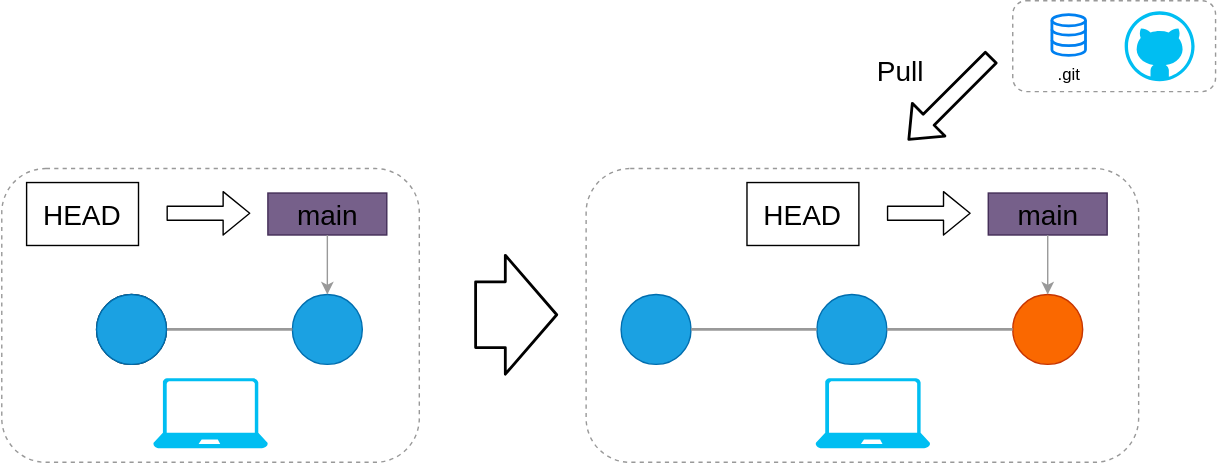
Before: public/drawio/wf_pull.svg, a diagram exported from draw.io (kazuyanagimoto/github-workshop2022). Source tidied: cells renumbered, new cells last; positions are measured from the earlier drawing's top-left corner, leaving out a move shared by most shapes. Its diagram source:
```xml
<mxGraphModel>
  <root>
    <mxCell id="0" />
    <mxCell id="1" parent="0" />
    <mxCell id="2" style="ellipse;whiteSpace=wrap;html=1;fillColor=#1ba1e2;fontColor=#000000;strokeColor=#006EAF;" parent="1" vertex="1">
      <mxGeometry x="443" y="210" width="50" height="50" as="geometry" />
    </mxCell>
    <mxCell id="3" style="ellipse;whiteSpace=wrap;html=1;fillColor=#1ba1e2;fontColor=#000000;strokeColor=#006EAF;" parent="1" vertex="1">
      <mxGeometry x="583" y="210" width="50" height="50" as="geometry" />
    </mxCell>
    <mxCell id="4" style="ellipse;whiteSpace=wrap;html=1;fontColor=#000000;strokeColor=#C73500;fillColor=#fa6800;" parent="1" vertex="1">
      <mxGeometry x="723" y="210" width="50" height="50" as="geometry" />
    </mxCell>
    <mxCell id="5" style="endArrow=none;html=1;entryX=0;entryY=0.5;entryDx=0;entryDy=0;exitX=1;exitY=0.5;exitDx=0;exitDy=0;strokeColor=#999999;strokeWidth=2;" parent="1" edge="1" source="2" target="3">
      <mxGeometry relative="1" as="geometry" />
    </mxCell>
    <mxCell id="6" style="endArrow=none;html=1;entryX=0;entryY=0.5;entryDx=0;entryDy=0;exitX=1;exitY=0.5;exitDx=0;exitDy=0;strokeColor=#999999;strokeWidth=2;" parent="1" edge="1" source="3" target="4">
      <mxGeometry relative="1" as="geometry" />
    </mxCell>
    <mxCell id="7" style="ellipse;whiteSpace=wrap;html=1;fillColor=#647687;fontColor=#000000;strokeColor=#000000;" parent="1" vertex="1">
      <mxGeometry x="68" y="210" width="50" height="50" as="geometry" />
    </mxCell>
    <mxCell id="8" style="ellipse;whiteSpace=wrap;html=1;fillColor=#1ba1e2;fontColor=#000000;strokeColor=#006EAF;" parent="1" vertex="1">
      <mxGeometry x="208" y="210" width="50" height="50" as="geometry" />
    </mxCell>
    <mxCell id="9" style="endArrow=none;html=1;entryX=0;entryY=0.5;entryDx=0;entryDy=0;exitX=1;exitY=0.5;exitDx=0;exitDy=0;strokeColor=#999999;strokeWidth=2;" parent="1" edge="1" source="7" target="8">
      <mxGeometry relative="1" as="geometry" />
    </mxCell>
    <mxCell id="10" value="HEAD" style="rounded=0;whiteSpace=wrap;html=1;fontSize=20;fillColor=none;strokeColor=#000000;fontColor=#000000;" parent="1" vertex="1">
      <mxGeometry x="18" y="130" width="80" height="45" as="geometry" />
    </mxCell>
    <mxCell id="11" style="shape=flexArrow;endArrow=classic;html=1;fontSize=20;labelBackgroundColor=none;fontColor=#000000;strokeColor=#000000;" parent="1" edge="1">
      <mxGeometry relative="1" as="geometry">
        <mxPoint x="118" y="152" as="sourcePoint" />
        <mxPoint x="178" y="152" as="targetPoint" />
      </mxGeometry>
    </mxCell>
    <mxCell id="12" value="main" style="rounded=1;whiteSpace=wrap;html=1;fillColor=#76608a;strokeColor=#432D57;fontColor=#000000;fontSize=20;arcSize=0;" parent="1" vertex="1">
      <mxGeometry x="190.5" y="137.5" width="85" height="30" as="geometry" />
    </mxCell>
    <mxCell id="13" style="endArrow=classic;html=1;fontSize=20;exitX=0.5;exitY=1;exitDx=0;exitDy=0;entryX=0.5;entryY=0;entryDx=0;entryDy=0;strokeColor=#999999;" parent="1" edge="1" source="12">
      <mxGeometry relative="1" as="geometry">
        <mxPoint x="233" y="210" as="targetPoint" />
      </mxGeometry>
    </mxCell>
    <mxCell id="14" style="verticalLabelPosition=bottom;html=1;verticalAlign=top;align=center;strokeColor=none;fillColor=#00BEF2;shape=mxgraph.azure.laptop;fontSize=15;" parent="1" vertex="1">
      <mxGeometry x="108.5" y="270" width="82" height="50" as="geometry" />
    </mxCell>
    <mxCell id="15" style="verticalLabelPosition=bottom;html=1;verticalAlign=top;align=center;strokeColor=none;fillColor=#00BEF2;shape=mxgraph.azure.laptop;fontSize=15;" parent="1" vertex="1">
      <mxGeometry x="582" y="270" width="82" height="50" as="geometry" />
    </mxCell>
    <mxCell id="16" value="HEAD" style="rounded=0;whiteSpace=wrap;html=1;fontSize=20;fillColor=none;fontColor=#000000;strokeColor=#000000;" parent="1" vertex="1">
      <mxGeometry x="533" y="130" width="80" height="45" as="geometry" />
    </mxCell>
    <mxCell id="17" style="shape=flexArrow;endArrow=classic;html=1;fontSize=20;strokeColor=#000000;" parent="1" edge="1">
      <mxGeometry relative="1" as="geometry">
        <mxPoint x="633" y="152" as="sourcePoint" />
        <mxPoint x="693" y="152" as="targetPoint" />
      </mxGeometry>
    </mxCell>
    <mxCell id="18" value="main" style="rounded=1;whiteSpace=wrap;html=1;fillColor=#76608a;strokeColor=#432D57;fontColor=#000000;fontSize=20;arcSize=0;" parent="1" vertex="1">
      <mxGeometry x="705.5" y="137.5" width="85" height="30" as="geometry" />
    </mxCell>
    <mxCell id="19" style="endArrow=classic;html=1;fontSize=20;exitX=0.5;exitY=1;exitDx=0;exitDy=0;entryX=0.5;entryY=0;entryDx=0;entryDy=0;strokeColor=#999999;" parent="1" edge="1" source="18">
      <mxGeometry relative="1" as="geometry">
        <mxPoint x="748" y="210" as="targetPoint" />
      </mxGeometry>
    </mxCell>
    <mxCell id="20" style="rounded=1;whiteSpace=wrap;html=1;fontSize=16;strokeColor=#999999;dashed=1;fillColor=none;" parent="1" vertex="1">
      <mxGeometry x="723" width="145" height="65" as="geometry" />
    </mxCell>
    <mxCell id="21" value=".git" style="html=1;verticalLabelPosition=bottom;align=center;labelBackgroundColor=none;verticalAlign=top;strokeWidth=2;strokeColor=#0080F0;shadow=0;dashed=0;shape=mxgraph.ios7.icons.data;fillColor=none;fontColor=#000000;" parent="1" vertex="1">
      <mxGeometry x="751" y="10" width="24" height="29.1" as="geometry" />
    </mxCell>
    <mxCell id="22" style="shape=flexArrow;endArrow=classic;html=1;strokeColor=#000000;strokeWidth=2;" parent="1" edge="1">
      <mxGeometry relative="1" as="geometry">
        <mxPoint x="708" y="40" as="sourcePoint" />
        <mxPoint x="648" y="99.9" as="targetPoint" />
      </mxGeometry>
    </mxCell>
    <mxCell id="23" value="Pull" style="text;html=1;strokeColor=none;fillColor=none;align=center;verticalAlign=middle;whiteSpace=wrap;rounded=0;fontSize=20;fontColor=#000000;" parent="1" vertex="1">
      <mxGeometry x="608" y="30" width="70" height="40" as="geometry" />
    </mxCell>
    <mxCell id="24" style="shape=flexArrow;endArrow=classic;html=1;endWidth=36;endSize=11.59;width=46;strokeWidth=2;strokeColor=#000000;" parent="1" edge="1">
      <mxGeometry relative="1" as="geometry">
        <mxPoint x="338" y="224.5" as="sourcePoint" />
        <mxPoint x="398" y="224.5" as="targetPoint" />
      </mxGeometry>
    </mxCell>
    <mxCell id="25" style="rounded=1;whiteSpace=wrap;html=1;fontSize=16;strokeColor=#999999;dashed=1;fillColor=none;" parent="1" vertex="1">
      <mxGeometry x="0.2" y="120" width="298.5" height="210" as="geometry" />
    </mxCell>
    <mxCell id="26" style="edgeStyle=orthogonalEdgeStyle;rounded=0;orthogonalLoop=1;jettySize=auto;html=1;exitX=0.5;exitY=1;exitDx=0;exitDy=0;fontColor=#000000;strokeColor=#000000;strokeWidth=2;" parent="1" edge="1">
      <mxGeometry relative="1" as="geometry">
        <mxPoint x="605.5" y="200" as="sourcePoint" />
        <mxPoint x="605.5" y="200" as="targetPoint" />
      </mxGeometry>
    </mxCell>
    <mxCell id="27" style="rounded=1;whiteSpace=wrap;html=1;fontSize=16;strokeColor=#999999;dashed=1;fillColor=none;" parent="1" vertex="1">
      <mxGeometry x="418" y="120" width="395" height="210" as="geometry" />
    </mxCell>
    <mxCell id="28" style="ellipse;whiteSpace=wrap;html=1;fillColor=#1ba1e2;fontColor=#000000;strokeColor=#006EAF;" parent="1" vertex="1">
      <mxGeometry x="68" y="210" width="50" height="50" as="geometry" />
    </mxCell>
    <mxCell id="29" style="verticalLabelPosition=bottom;html=1;verticalAlign=top;align=center;strokeColor=none;fillColor=#00BEF2;shape=mxgraph.azure.github_code;fontColor=#000000;" parent="1" vertex="1">
      <mxGeometry x="803" y="7.5" width="50" height="50" as="geometry" />
    </mxCell>
  </root>
</mxGraphModel>
```
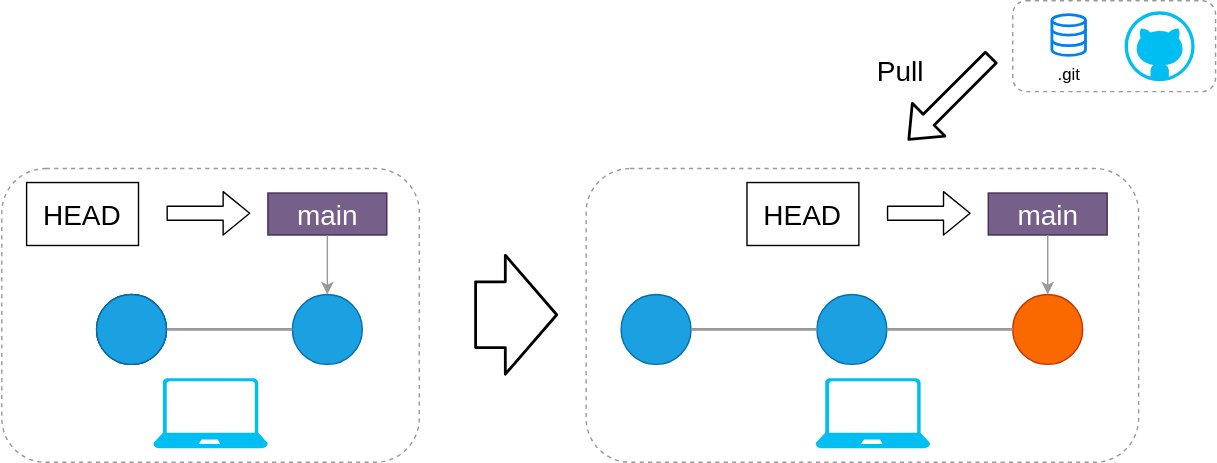
After the change.

Diff of the diagram source:
```diff
@@ -35,7 +35,7 @@
         <mxPoint x="178" y="152" as="targetPoint" />
       </mxGeometry>
     </mxCell>
-    <mxCell id="12" value="main" style="rounded=1;whiteSpace=wrap;html=1;fillColor=#76608a;strokeColor=#432D57;fontColor=#000000;fontSize=20;arcSize=0;" parent="1" vertex="1">
+    <mxCell id="12" value="main" style="rounded=1;whiteSpace=wrap;html=1;fillColor=#76608a;strokeColor=#432D57;fontColor=#ffffff;fontSize=20;arcSize=0;" parent="1" vertex="1">
       <mxGeometry x="190.5" y="137.5" width="85" height="30" as="geometry" />
     </mxCell>
     <mxCell id="13" style="endArrow=classic;html=1;fontSize=20;exitX=0.5;exitY=1;exitDx=0;exitDy=0;entryX=0.5;entryY=0;entryDx=0;entryDy=0;strokeColor=#999999;" parent="1" edge="1" source="12">
@@ -58,7 +58,7 @@
         <mxPoint x="693" y="152" as="targetPoint" />
       </mxGeometry>
     </mxCell>
-    <mxCell id="18" value="main" style="rounded=1;whiteSpace=wrap;html=1;fillColor=#76608a;strokeColor=#432D57;fontColor=#000000;fontSize=20;arcSize=0;" parent="1" vertex="1">
+    <mxCell id="18" value="main" style="rounded=1;whiteSpace=wrap;html=1;fillColor=#76608a;strokeColor=#432D57;fontColor=#ffffff;fontSize=20;arcSize=0;" parent="1" vertex="1">
       <mxGeometry x="705.5" y="137.5" width="85" height="30" as="geometry" />
     </mxCell>
     <mxCell id="19" style="endArrow=classic;html=1;fontSize=20;exitX=0.5;exitY=1;exitDx=0;exitDy=0;entryX=0.5;entryY=0;entryDx=0;entryDy=0;strokeColor=#999999;" parent="1" edge="1" source="18">
```
